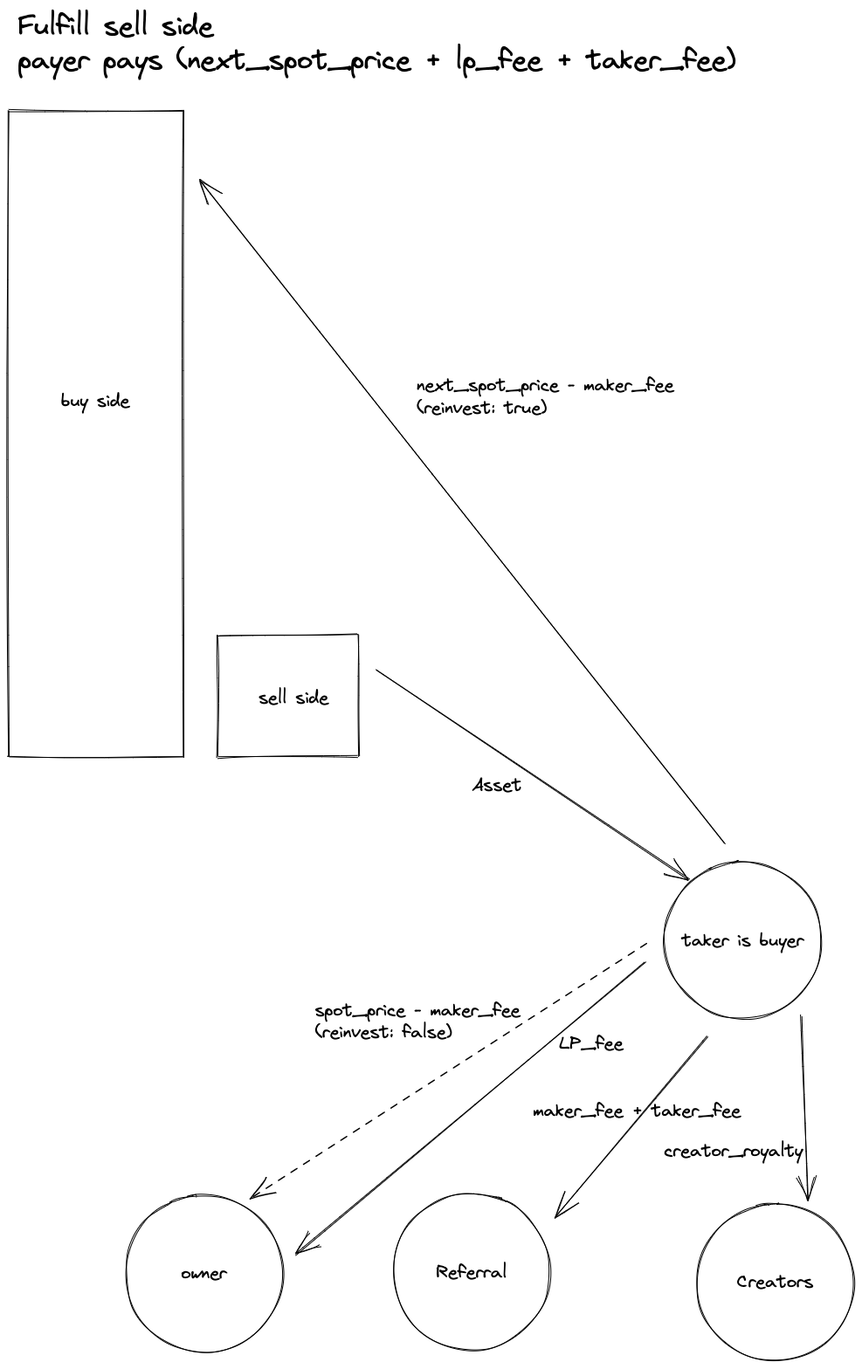
This is docs/fulfill_sell.excalidraw.png from me-foundation/mmm, a Excalidraw export, as it was before one commit. Source tidied: one line per element, renumbered; positions are measured from the earlier drawing's top-left corner, leaving out a move shared by most shapes.
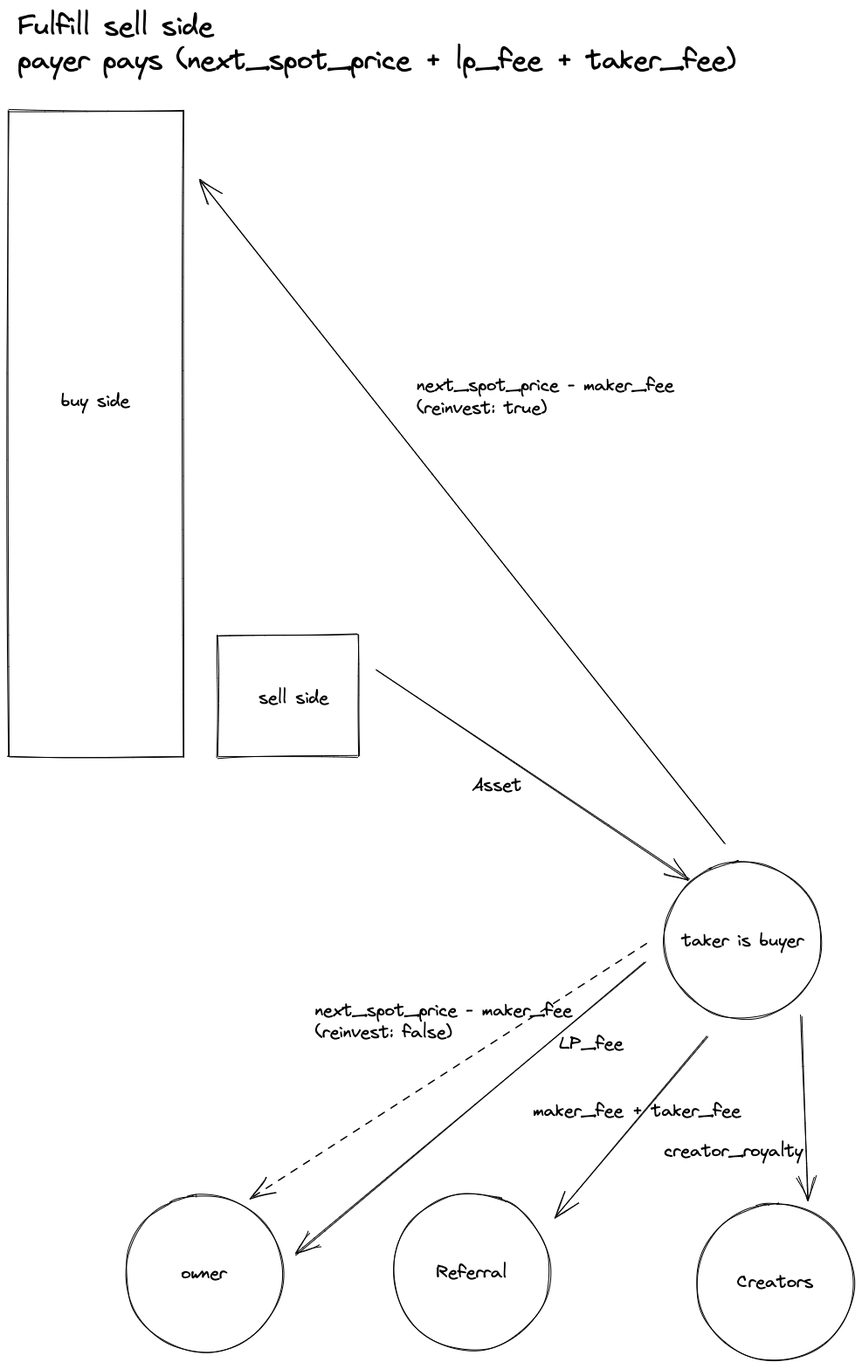
The same file after the commit.

The edit, as a diff of the source:
```diff
@@ -17,7 +17,7 @@
 {"id": 16, "type": "arrow", "strokeColor": "#000000", "strokeWidth": 1, "roughness": 1, "endArrowhead": "arrow", "from": 6, "to": 14, "x": 800, "y": 1177, "width": 172, "height": 205, "points": [[0, 0], [-172, 205]]}
 {"id": 17, "type": "text", "text": "maker_fee + taker_fee", "strokeColor": "#000000", "strokeWidth": 1, "roughness": 1, "fontSize": 20, "fontFamily": 1, "x": 600, "y": 1250, "width": 240, "height": 25}
 {"id": 18, "type": "arrow", "strokeColor": "#000000", "strokeWidth": 1, "strokeStyle": "dashed", "roughness": 1, "endArrowhead": "arrow", "from": 6, "to": 4, "x": 730, "y": 1072, "width": 453, "height": 289, "points": [[0, 0], [-453, 289]]}
-{"id": 19, "type": "text", "text": "spot_price - maker_fee\n(reinvest: false)", "strokeColor": "#000000", "strokeWidth": 1, "roughness": 1, "fontSize": 20, "fontFamily": 1, "x": 351, "y": 1135, "width": 236, "height": 50}
+{"id": 19, "type": "text", "text": "next_spot_price - maker_fee\n(reinvest: false)", "strokeColor": "#000000", "strokeWidth": 1, "roughness": 1, "fontSize": 20, "fontFamily": 1, "x": 351, "y": 1135, "width": 295, "height": 51}
 {"id": 20, "type": "text", "text": "Fulfill sell side\npayer pays (next_spot_price + lp_fee + taker_fee)", "strokeColor": "#000000", "strokeWidth": 1, "strokeStyle": "dashed", "roughness": 1, "fontSize": 31.4, "fontFamily": 1, "x": 10, "y": 0, "width": 824, "height": 79}
 {"id": 21, "type": "ellipse", "strokeColor": "#000000", "strokeWidth": 1, "roughness": 1, "x": 788, "y": 1369, "width": 180, "height": 180}
 {"id": 22, "type": "text", "text": "Creators", "strokeColor": "#000000", "strokeWidth": 1, "roughness": 1, "fontSize": 20, "fontFamily": 1, "textAlign": "center", "verticalAlign": "middle", "inside": 21, "x": 793, "y": 1446, "width": 170, "height": 25}
```
